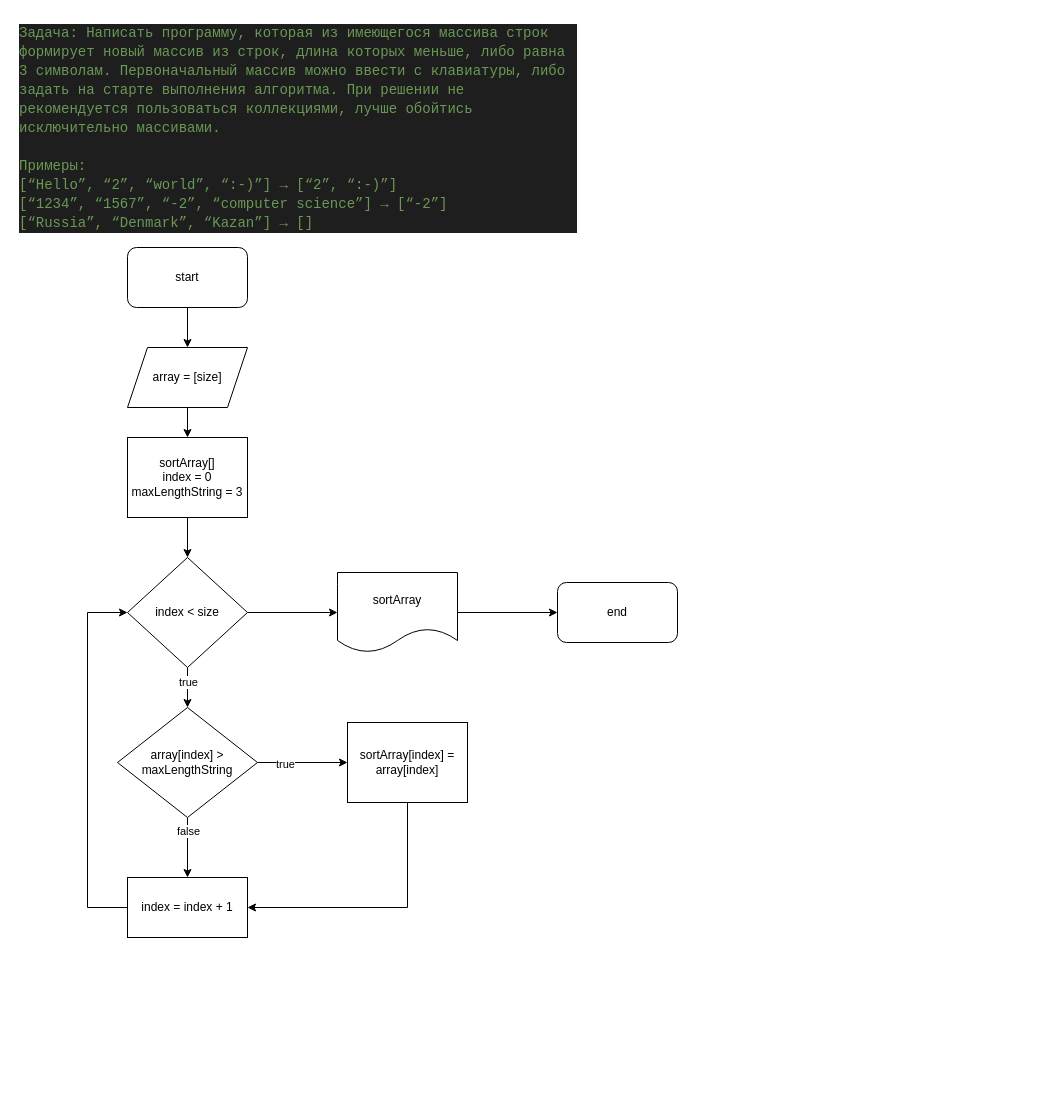
Above: projecting/blockscheme.drawio in LittleDrongo/gb_final_control_work_2023 (draw.io), before the change. Source tidied: cells renumbered, new cells numbered last; positions are measured from the earlier drawing's top-left corner, leaving out a move shared by most shapes. Both pictures are drawn from the tidied source at 100%, with x=0, y=0 at pixel (17, 17).
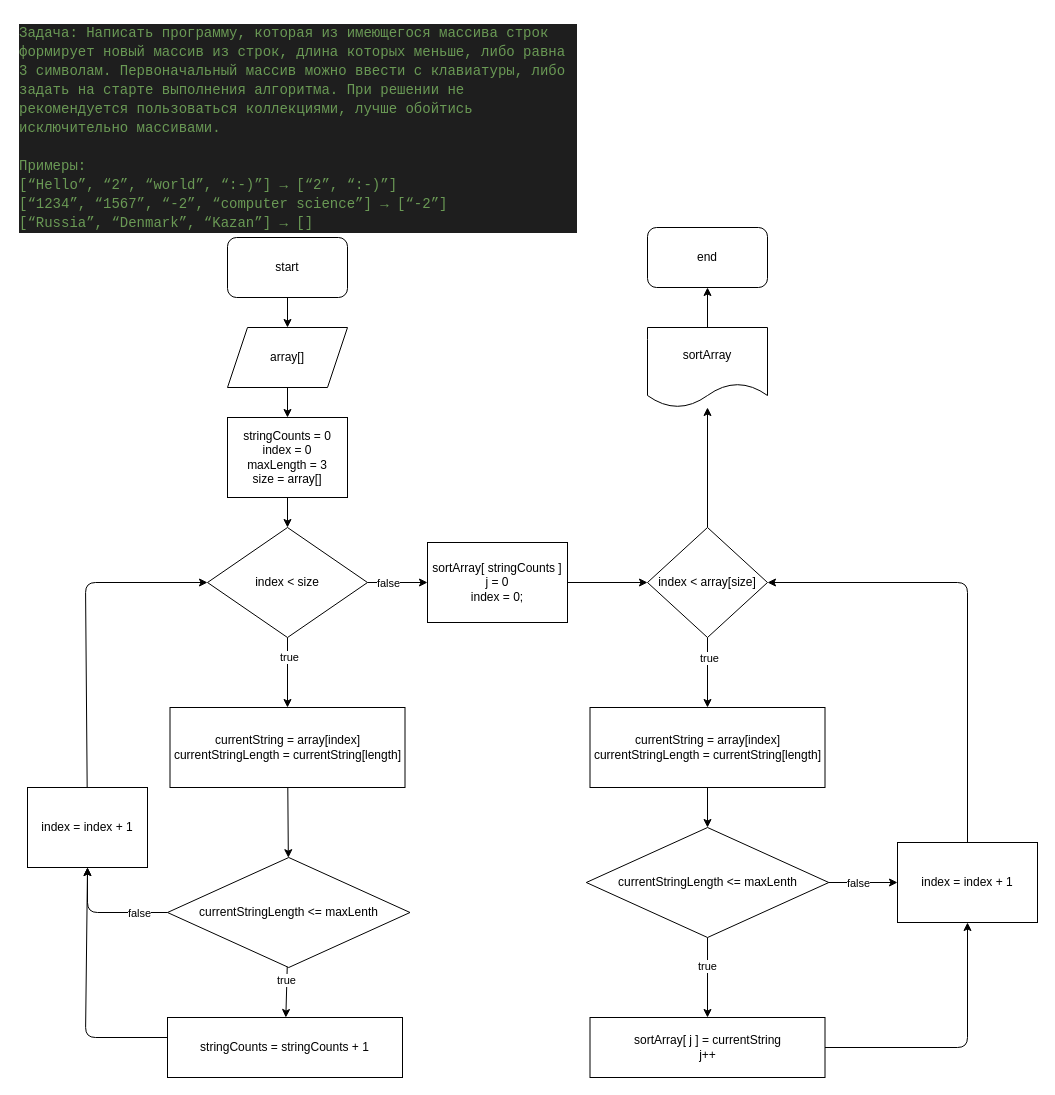
Above is the later version.

Commit message (it also covers changes not shown here):
rename variable, redraw diogram

What changed in the source:
```diff
@@
-    <mxCell id="2" value="&lt;div style=&quot;color: rgb(212, 212, 212); background-color: rgb(30, 30, 30); font-family: Consolas, &amp;quot;Courier New&amp;quot;, monospace; font-weight: normal; font-size: 14px; line-height: 19px;&quot;&gt;&lt;div&gt;&lt;span style=&quot;color: #6a9955;&quot;&gt;Задача: Написать программу, которая из имеющегося массива строк формирует новый массив из строк, длина которых меньше, либо равна 3 символам. Первоначальный массив можно ввести с клавиатуры, либо задать на старте выполнения алгоритма. При решении не рекомендуется пользоваться коллекциями, лучше обойтись исключительно массивами.&lt;/span&gt;&lt;/div&gt;&lt;br&gt;&lt;div&gt;&lt;span style=&quot;color: #6a9955;&quot;&gt;Примеры:&lt;/span&gt;&lt;/div&gt;&lt;div&gt;&lt;span style=&quot;color: #6a9955;&quot;&gt;[“Hello”, “2”, “world”, “:-)”] → [“2”, “:-)”]&lt;/span&gt;&lt;/div&gt;&lt;div&gt;&lt;span style=&quot;color: #6a9955;&quot;&gt;[“1234”, “1567”, “-2”, “computer science”] → [“-2”]&lt;/span&gt;&lt;/div&gt;&lt;div&gt;&lt;span style=&quot;color: #6a9955;&quot;&gt;[“Russia”, “Denmark”, “Kazan”] → [] &lt;/span&gt;&lt;/div&gt;&lt;/div&gt;" style="text;whiteSpace=wrap;html=1;fillColor=none;fillStyle=auto;" parent="1" vertex="1">
+    <mxCell id="2" value="&lt;div style=&quot;color: rgb(212, 212, 212); background-color: rgb(30, 30, 30); font-family: Consolas, &amp;quot;Courier New&amp;quot;, monospace; font-weight: normal; font-size: 14px; line-height: 19px;&quot;&gt;&lt;div&gt;&lt;span style=&quot;color: #6a9955;&quot;&gt;Задача: Написать программу, которая из имеющегося массива строк формирует новый массив из строк, длина которых меньше, либо равна 3 символам. Первоначальный массив можно ввести с клавиатуры, либо задать на старте выполнения алгоритма. При решении не рекомендуется пользоваться коллекциями, лучше обойтись исключительно массивами.&lt;/span&gt;&lt;/div&gt;&lt;br&gt;&lt;div&gt;&lt;span style=&quot;color: #6a9955;&quot;&gt;Примеры:&lt;/span&gt;&lt;/div&gt;&lt;div&gt;&lt;span style=&quot;color: #6a9955;&quot;&gt;[“Hello”, “2”, “world”, “:-)”] → [“2”, “:-)”]&lt;/span&gt;&lt;/div&gt;&lt;div&gt;&lt;span style=&quot;color: #6a9955;&quot;&gt;[“1234”, “1567”, “-2”, “computer science”] → [“-2”]&lt;/span&gt;&lt;/div&gt;&lt;div&gt;&lt;span style=&quot;color: #6a9955;&quot;&gt;[“Russia”, “Denmark”, “Kazan”] → [] &lt;/span&gt;&lt;/div&gt;&lt;/div&gt;" style="text;whiteSpace=wrap;html=1;fillStyle=auto;fillColor=default;" parent="1" vertex="1">
       <mxGeometry width="560" height="210" as="geometry" />
     </mxCell>
-    <mxCell id="3" style="edgeStyle=none;html=1;" parent="1" edge="1" source="4" target="6">
-      <mxGeometry relative="1" as="geometry" />
-    </mxCell>
+    <mxCell id="25" style="edgeStyle=none;html=1;" parent="1" edge="1" source="4" target="35">
+      <mxGeometry relative="1" as="geometry" />
+    </mxCell>
     <mxCell id="4" value="start" style="rounded=1;whiteSpace=wrap;html=1;" parent="1" vertex="1">
-      <mxGeometry x="110" y="230" width="120" height="60" as="geometry" />
+      <mxGeometry x="210" y="220" width="120" height="60" as="geometry" />
     </mxCell>
-    <mxCell id="5" style="edgeStyle=none;html=1;" parent="1" edge="1" source="6" target="8">
-      <mxGeometry relative="1" as="geometry" />
-    </mxCell>
-    <mxCell id="6" value="array = [size]" style="shape=parallelogram;perimeter=parallelogramPerimeter;whiteSpace=wrap;html=1;fixedSize=1;" parent="1" vertex="1">
-      <mxGeometry x="110" y="330" width="120" height="60" as="geometry" />
-    </mxCell>
-    <mxCell id="7" style="edgeStyle=none;html=1;" parent="1" edge="1" source="8" target="12">
-      <mxGeometry relative="1" as="geometry" />
-    </mxCell>
-    <mxCell id="8" value="sortArray[]&lt;br&gt;index = 0&lt;br&gt;maxLengthString = 3" style="rounded=0;whiteSpace=wrap;html=1;" parent="1" vertex="1">
-      <mxGeometry x="110" y="420" width="120" height="80" as="geometry" />
-    </mxCell>
-    <mxCell id="9" style="edgeStyle=none;html=1;" parent="1" edge="1" source="12" target="19">
-      <mxGeometry relative="1" as="geometry" />
-    </mxCell>
-    <mxCell id="10" value="true" style="edgeLabel;html=1;align=center;verticalAlign=middle;" parent="9" vertex="1">
-      <mxGeometry x="-0.28" relative="1" as="geometry" />
-    </mxCell>
-    <mxCell id="11" style="edgeStyle=none;rounded=0;html=1;entryX=0;entryY=0.5;entryDx=0;entryDy=0;" parent="1" edge="1" source="12" target="23">
-      <mxGeometry relative="1" as="geometry" />
-    </mxCell>
-    <mxCell id="12" value="index &amp;lt; size" style="rhombus;whiteSpace=wrap;html=1;" parent="1" vertex="1">
-      <mxGeometry x="110" y="540" width="120" height="110" as="geometry" />
-    </mxCell>
-    <mxCell id="13" style="edgeStyle=none;rounded=0;html=1;entryX=0;entryY=0.5;entryDx=0;entryDy=0;" parent="1" edge="1" source="14" target="12">
-      <mxGeometry relative="1" as="geometry">
-        <Array as="points">
-          <mxPoint x="70" y="890" />
-          <mxPoint x="70" y="595" />
-        </Array>
-      </mxGeometry>
-    </mxCell>
-    <mxCell id="14" value="index = index + 1" style="rounded=0;whiteSpace=wrap;html=1;" parent="1" vertex="1">
-      <mxGeometry x="110" y="860" width="120" height="60" as="geometry" />
-    </mxCell>
-    <mxCell id="15" style="edgeStyle=none;html=1;entryX=0;entryY=0.5;entryDx=0;entryDy=0;" parent="1" edge="1" source="19" target="21">
-      <mxGeometry relative="1" as="geometry" />
-    </mxCell>
-    <mxCell id="16" value="true" style="edgeLabel;html=1;align=center;verticalAlign=middle;" parent="15" vertex="1">
-      <mxGeometry x="-0.39" y="-1" relative="1" as="geometry" />
-    </mxCell>
-    <mxCell id="17" style="edgeStyle=none;rounded=0;html=1;" parent="1" edge="1" source="19" target="14">
-      <mxGeometry relative="1" as="geometry" />
-    </mxCell>
-    <mxCell id="18" value="false" style="edgeLabel;html=1;align=center;verticalAlign=middle;" parent="17" vertex="1">
-      <mxGeometry x="-0.55" relative="1" as="geometry" />
-    </mxCell>
-    <mxCell id="19" value="array[index] &amp;gt; maxLengthString" style="rhombus;whiteSpace=wrap;html=1;" parent="1" vertex="1">
-      <mxGeometry x="100" y="690" width="140" height="110" as="geometry" />
-    </mxCell>
-    <mxCell id="20" style="edgeStyle=none;rounded=0;html=1;entryX=1;entryY=0.5;entryDx=0;entryDy=0;" parent="1" edge="1" source="21" target="14">
-      <mxGeometry relative="1" as="geometry">
-        <Array as="points">
-          <mxPoint x="390" y="890" />
-        </Array>
-      </mxGeometry>
-    </mxCell>
-    <mxCell id="21" value="sortArray[index] = array[index]" style="rounded=0;whiteSpace=wrap;html=1;" parent="1" vertex="1">
-      <mxGeometry x="330" y="705" width="120" height="80" as="geometry" />
-    </mxCell>
+    <mxCell id="26" style="edgeStyle=none;html=1;entryX=0.5;entryY=0;entryDx=0;entryDy=0;" parent="1" edge="1" source="27" target="12">
+      <mxGeometry relative="1" as="geometry" />
+    </mxCell>
+    <mxCell id="27" value="stringCounts = 0&lt;br&gt;index = 0&lt;br&gt;maxLength = 3&lt;br&gt;size = array[]" style="rounded=0;whiteSpace=wrap;html=1;" parent="1" vertex="1">
+      <mxGeometry x="210" y="400" width="120" height="80" as="geometry" />
+    </mxCell>
-    <mxCell id="22" style="edgeStyle=none;rounded=0;html=1;entryX=0;entryY=0.5;entryDx=0;entryDy=0;" parent="1" edge="1" source="23" target="24">
+    <mxCell id="22" style="edgeStyle=none;html=1;entryX=0.5;entryY=1;entryDx=0;entryDy=0;" parent="1" edge="1" source="23" target="24">
       <mxGeometry relative="1" as="geometry" />
     </mxCell>
     <mxCell id="23" value="sortArray" style="shape=document;whiteSpace=wrap;html=1;boundedLbl=1;" parent="1" vertex="1">
-      <mxGeometry x="320" y="555" width="120" height="80" as="geometry" />
+      <mxGeometry x="630" y="310" width="120" height="80" as="geometry" />
     </mxCell>
     <mxCell id="24" value="end" style="rounded=1;whiteSpace=wrap;html=1;" parent="1" vertex="1">
-      <mxGeometry x="540" y="565" width="120" height="60" as="geometry" />
+      <mxGeometry x="630" y="210" width="120" height="60" as="geometry" />
     </mxCell>
+    <mxCell id="28" style="edgeStyle=none;html=1;entryX=0.5;entryY=0;entryDx=0;entryDy=0;" parent="1" edge="1" source="12" target="33">
+      <mxGeometry relative="1" as="geometry" />
+    </mxCell>
+    <mxCell id="29" value="true" style="edgeLabel;html=1;align=center;verticalAlign=middle;" parent="28" vertex="1">
+      <mxGeometry x="-0.45" y="1" relative="1" as="geometry" />
+    </mxCell>
+    <mxCell id="30" style="edgeStyle=none;html=1;" parent="1" edge="1" source="12" target="46">
+      <mxGeometry relative="1" as="geometry" />
+    </mxCell>
+    <mxCell id="31" value="false" style="edgeLabel;html=1;align=center;verticalAlign=middle;" parent="30" vertex="1">
+      <mxGeometry x="-0.6" y="3" relative="1" as="geometry">
+        <mxPoint x="8" y="3" as="offset" />
+      </mxGeometry>
+    </mxCell>
+    <mxCell id="12" value="index &amp;lt; size" style="rhombus;whiteSpace=wrap;html=1;" parent="1" vertex="1">
+      <mxGeometry x="190" y="510" width="160" height="110" as="geometry" />
+    </mxCell>
+    <mxCell id="32" style="edgeStyle=none;html=1;" parent="1" edge="1" source="33" target="40">
+      <mxGeometry relative="1" as="geometry" />
+    </mxCell>
+    <mxCell id="33" value="currentString = array[index]&lt;br&gt;currentStringLength = currentString[length]" style="rounded=0;whiteSpace=wrap;html=1;" parent="1" vertex="1">
+      <mxGeometry x="152.5" y="690" width="235" height="80" as="geometry" />
+    </mxCell>
+    <mxCell id="34" style="edgeStyle=none;html=1;" parent="1" edge="1" source="35" target="27">
+      <mxGeometry relative="1" as="geometry" />
+    </mxCell>
+    <mxCell id="35" value="array[]" style="shape=parallelogram;perimeter=parallelogramPerimeter;whiteSpace=wrap;html=1;fixedSize=1;" parent="1" vertex="1">
+      <mxGeometry x="210" y="310" width="120" height="60" as="geometry" />
+    </mxCell>
+    <mxCell id="36" style="edgeStyle=none;html=1;" parent="1" edge="1" source="40" target="42">
+      <mxGeometry relative="1" as="geometry" />
+    </mxCell>
+    <mxCell id="37" value="true" style="edgeLabel;html=1;align=center;verticalAlign=middle;" parent="36" vertex="1">
+      <mxGeometry x="-0.5" y="-1" relative="1" as="geometry" />
+    </mxCell>
+    <mxCell id="38" style="edgeStyle=none;html=1;entryX=0.5;entryY=1;entryDx=0;entryDy=0;" parent="1" edge="1" source="40" target="44">
+      <mxGeometry relative="1" as="geometry">
+        <Array as="points">
+          <mxPoint x="70" y="895" />
+        </Array>
+      </mxGeometry>
+    </mxCell>
+    <mxCell id="39" value="false" style="edgeLabel;html=1;align=center;verticalAlign=middle;" parent="38" vertex="1">
+      <mxGeometry x="-0.53" relative="1" as="geometry" />
+    </mxCell>
+    <mxCell id="40" value="currentStringLength &amp;lt;= maxLenth" style="rhombus;whiteSpace=wrap;html=1;" parent="1" vertex="1">
+      <mxGeometry x="150" y="840" width="242.5" height="110" as="geometry" />
+    </mxCell>
+    <mxCell id="41" style="edgeStyle=none;html=1;entryX=0.5;entryY=1;entryDx=0;entryDy=0;" parent="1" edge="1" target="44">
+      <mxGeometry relative="1" as="geometry">
+        <mxPoint x="282.5" y="1020" as="sourcePoint" />
+        <Array as="points">
+          <mxPoint x="68" y="1020" />
+        </Array>
+      </mxGeometry>
+    </mxCell>
+    <mxCell id="42" value="stringCounts&amp;nbsp;= stringCounts&amp;nbsp;+ 1" style="rounded=0;whiteSpace=wrap;html=1;" parent="1" vertex="1">
+      <mxGeometry x="150" y="1000" width="235" height="60" as="geometry" />
+    </mxCell>
+    <mxCell id="43" style="edgeStyle=none;html=1;entryX=0;entryY=0.5;entryDx=0;entryDy=0;" parent="1" edge="1" source="44" target="12">
+      <mxGeometry relative="1" as="geometry">
+        <Array as="points">
+          <mxPoint x="68" y="565" />
+        </Array>
+      </mxGeometry>
+    </mxCell>
+    <mxCell id="44" value="index = index + 1" style="rounded=0;whiteSpace=wrap;html=1;" parent="1" vertex="1">
+      <mxGeometry x="10" y="770" width="120" height="80" as="geometry" />
+    </mxCell>
+    <mxCell id="45" style="edgeStyle=none;html=1;entryX=0;entryY=0.5;entryDx=0;entryDy=0;" parent="1" edge="1" source="46" target="50">
+      <mxGeometry relative="1" as="geometry" />
+    </mxCell>
+    <mxCell id="46" value="sortArray[ stringCounts&amp;nbsp;]&lt;br&gt;j = 0&lt;br&gt;index = 0;" style="rounded=0;whiteSpace=wrap;html=1;" parent="1" vertex="1">
+      <mxGeometry x="410" y="525" width="140" height="80" as="geometry" />
+    </mxCell>
+    <mxCell id="47" style="edgeStyle=none;html=1;entryX=0.5;entryY=0;entryDx=0;entryDy=0;" parent="1" edge="1" source="50" target="52">
+      <mxGeometry relative="1" as="geometry" />
+    </mxCell>
+    <mxCell id="48" value="true" style="edgeLabel;html=1;align=center;verticalAlign=middle;" parent="47" vertex="1">
+      <mxGeometry x="-0.54" y="1" relative="1" as="geometry">
+        <mxPoint y="4" as="offset" />
+      </mxGeometry>
+    </mxCell>
+    <mxCell id="49" style="edgeStyle=none;html=1;" parent="1" edge="1" source="50" target="23">
+      <mxGeometry relative="1" as="geometry" />
+    </mxCell>
+    <mxCell id="50" value="index &amp;lt; array[size]" style="rhombus;whiteSpace=wrap;html=1;" parent="1" vertex="1">
+      <mxGeometry x="630" y="510" width="120" height="110" as="geometry" />
+    </mxCell>
+    <mxCell id="51" style="edgeStyle=none;html=1;" parent="1" edge="1" source="52" target="57">
+      <mxGeometry relative="1" as="geometry" />
+    </mxCell>
+    <mxCell id="52" value="currentString = array[index]&lt;br&gt;currentStringLength = currentString[length]" style="rounded=0;whiteSpace=wrap;html=1;" parent="1" vertex="1">
+      <mxGeometry x="572.5" y="690" width="235" height="80" as="geometry" />
+    </mxCell>
+    <mxCell id="53" style="edgeStyle=none;html=1;" parent="1" edge="1" source="57" target="59">
+      <mxGeometry relative="1" as="geometry" />
+    </mxCell>
+    <mxCell id="54" value="true" style="edgeLabel;html=1;align=center;verticalAlign=middle;" parent="53" vertex="1">
+      <mxGeometry x="-0.3" y="-1" relative="1" as="geometry">
+        <mxPoint y="1" as="offset" />
+      </mxGeometry>
+    </mxCell>
+    <mxCell id="55" style="edgeStyle=none;html=1;entryX=0;entryY=0.5;entryDx=0;entryDy=0;" parent="1" edge="1" source="57" target="61">
+      <mxGeometry relative="1" as="geometry" />
+    </mxCell>
+    <mxCell id="56" value="false" style="edgeLabel;html=1;align=center;verticalAlign=middle;" parent="55" vertex="1">
+      <mxGeometry x="-0.56" relative="1" as="geometry">
+        <mxPoint x="14" as="offset" />
+      </mxGeometry>
+    </mxCell>
+    <mxCell id="57" value="currentStringLength &amp;lt;= maxLenth" style="rhombus;whiteSpace=wrap;html=1;" parent="1" vertex="1">
+      <mxGeometry x="568.8" y="810" width="242.5" height="110" as="geometry" />
+    </mxCell>
+    <mxCell id="58" style="edgeStyle=none;html=1;entryX=0.5;entryY=1;entryDx=0;entryDy=0;" parent="1" edge="1" source="59" target="61">
+      <mxGeometry relative="1" as="geometry">
+        <Array as="points">
+          <mxPoint x="950" y="1030" />
+        </Array>
+      </mxGeometry>
+    </mxCell>
+    <mxCell id="59" value="sortArray[ j ] = currentString&lt;br&gt;j++" style="rounded=0;whiteSpace=wrap;html=1;" parent="1" vertex="1">
+      <mxGeometry x="572.5" y="1000" width="235" height="60" as="geometry" />
+    </mxCell>
+    <mxCell id="60" style="edgeStyle=none;html=1;entryX=1;entryY=0.5;entryDx=0;entryDy=0;" parent="1" edge="1" source="61" target="50">
+      <mxGeometry relative="1" as="geometry">
+        <Array as="points">
+          <mxPoint x="950" y="565" />
+        </Array>
+      </mxGeometry>
+    </mxCell>
+    <mxCell id="61" value="index = index + 1" style="rounded=0;whiteSpace=wrap;html=1;" parent="1" vertex="1">
+      <mxGeometry x="880" y="825" width="140" height="80" as="geometry" />
+    </mxCell>
```
